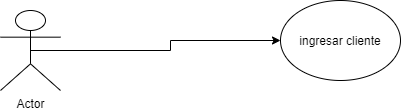
This is Untitled Diagram.png from rene525456/django, a draw.io export, as it was before one commit. Source tidied: cells renumbered, new cells last; positions are measured from the earlier drawing's top-left corner, leaving out a move shared by most shapes. The source it was exported from:
```xml
<mxGraphModel>
  <root>
    <mxCell id="0" />
    <mxCell id="1" parent="0" />
    <mxCell id="2" style="edgeStyle=orthogonalEdgeStyle;rounded=0;jettySize=auto;html=1;exitX=0.5;exitY=0.5;exitDx=0;exitDy=0;exitPerimeter=0;" parent="1" edge="1" source="3" target="4">
      <mxGeometry relative="1" as="geometry" />
    </mxCell>
    <mxCell id="3" value="Actor" style="shape=umlActor;verticalLabelPosition=bottom;verticalAlign=top;html=1;outlineConnect=0;" parent="1" vertex="1">
      <mxGeometry y="10" width="60" height="80" as="geometry" />
    </mxCell>
    <mxCell id="4" value="ingresar cliente" style="ellipse;whiteSpace=wrap;html=1;" parent="1" vertex="1">
      <mxGeometry x="280" width="120" height="80" as="geometry" />
    </mxCell>
  </root>
</mxGraphModel>
```
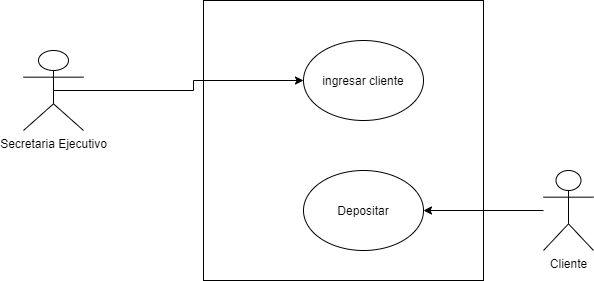
After the change.

Change to the diagram source:
```diff
@@ -2,14 +2,26 @@
   <root>
     <mxCell id="0" />
     <mxCell id="1" parent="0" />
+    <mxCell id="5" style="whiteSpace=wrap;html=1;" parent="1" vertex="1">
+      <mxGeometry x="180" y="-40" width="280" height="280" as="geometry" />
+    </mxCell>
     <mxCell id="2" style="edgeStyle=orthogonalEdgeStyle;rounded=0;jettySize=auto;html=1;exitX=0.5;exitY=0.5;exitDx=0;exitDy=0;exitPerimeter=0;" parent="1" edge="1" source="3" target="4">
       <mxGeometry relative="1" as="geometry" />
     </mxCell>
-    <mxCell id="3" value="Actor" style="shape=umlActor;verticalLabelPosition=bottom;verticalAlign=top;html=1;outlineConnect=0;" parent="1" vertex="1">
+    <mxCell id="3" value="Secretaria Ejecutivo" style="shape=umlActor;verticalLabelPosition=bottom;verticalAlign=top;html=1;outlineConnect=0;" parent="1" vertex="1">
       <mxGeometry y="10" width="60" height="80" as="geometry" />
     </mxCell>
     <mxCell id="4" value="ingresar cliente" style="ellipse;whiteSpace=wrap;html=1;" parent="1" vertex="1">
       <mxGeometry x="280" width="120" height="80" as="geometry" />
     </mxCell>
+    <mxCell id="6" value="Depositar" style="ellipse;whiteSpace=wrap;html=1;" parent="1" vertex="1">
+      <mxGeometry x="280" y="130" width="120" height="80" as="geometry" />
+    </mxCell>
+    <mxCell id="7" value="Cliente" style="shape=umlActor;verticalLabelPosition=bottom;verticalAlign=top;html=1;outlineConnect=0;" parent="1" vertex="1">
+      <mxGeometry x="520" y="130" width="50" height="80" as="geometry" />
+    </mxCell>
+    <mxCell id="8" style="endArrow=classic;html=1;" parent="1" edge="1" source="7" target="6">
+      <mxGeometry relative="1" as="geometry" />
+    </mxCell>
   </root>
 </mxGraphModel>
```
